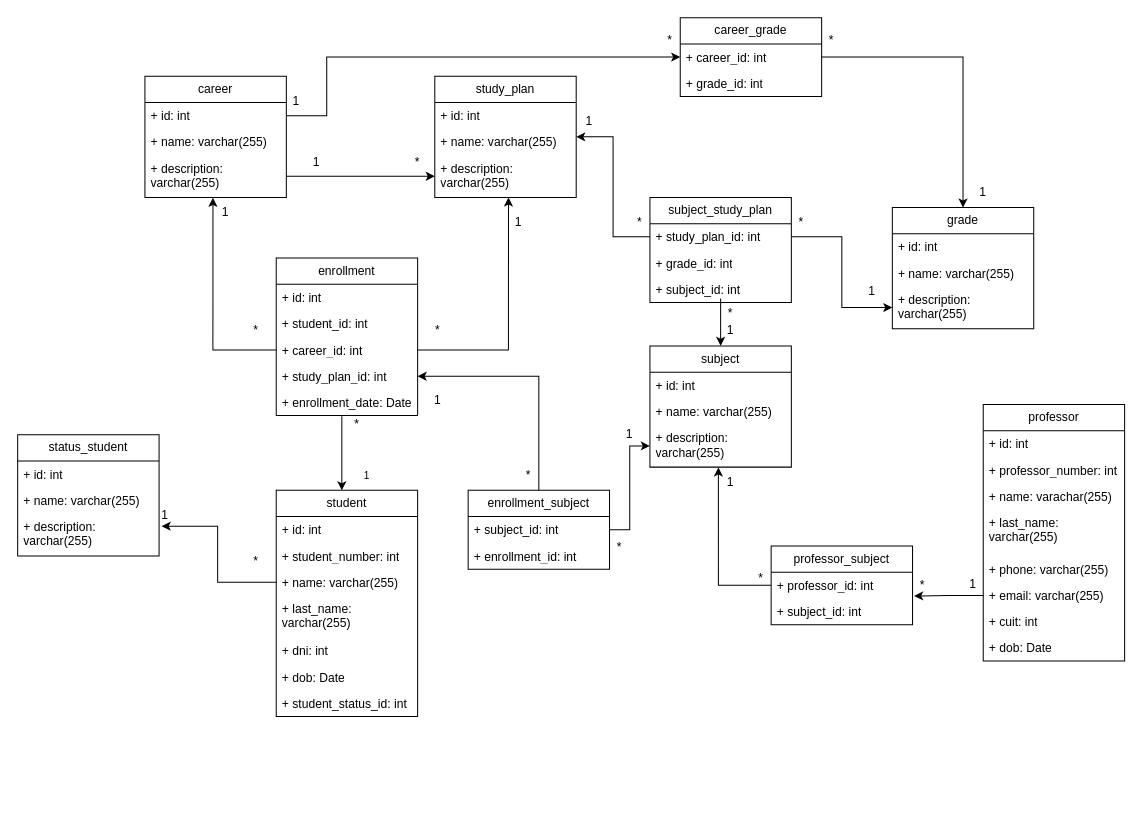
Above: diagrama_de_clases.drawio in Leaeraso/prueba_tecnica_aden (draw.io), before the change. Source tidied: cells renumbered, new cells numbered last; positions are measured from the earlier drawing's top-left corner, leaving out a move shared by most shapes. Both pictures are drawn from the tidied source at 101%, with x=0, y=0 at pixel (17, 17).
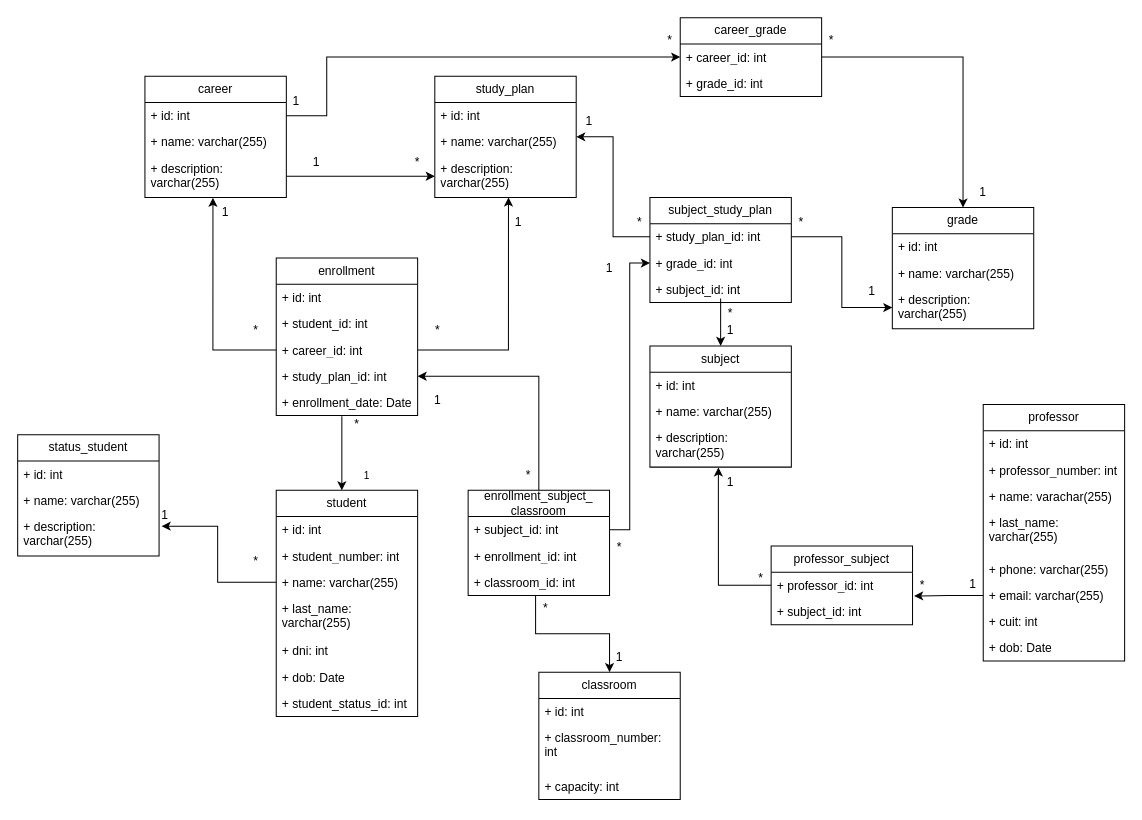
Above is the later version.

The change refers to these unchanged cells:
```xml
<mxCell id="13" value="+ description: varchar(255)" style="text;strokeColor=none;fillColor=none;align=left;verticalAlign=top;spacingLeft=4;spacingRight=4;overflow=hidden;points=[[0,0.5],[1,0.5]];portConstraint=eastwest;whiteSpace=wrap;html=1;" parent="10" vertex="1">
  <mxGeometry y="78" width="140" height="42" as="geometry" />
</mxCell>
<mxCell id="16" value="+ grade_id: int" style="text;strokeColor=none;fillColor=none;align=left;verticalAlign=top;spacingLeft=4;spacingRight=4;overflow=hidden;points=[[0,0.5],[1,0.5]];portConstraint=eastwest;whiteSpace=wrap;html=1;" parent="14" vertex="1">
  <mxGeometry y="52" width="140" height="26" as="geometry" />
</mxCell>
<mxCell id="39" value="+ subject_id: int" style="text;strokeColor=none;fillColor=none;align=left;verticalAlign=top;spacingLeft=4;spacingRight=4;overflow=hidden;points=[[0,0.5],[1,0.5]];portConstraint=eastwest;whiteSpace=wrap;html=1;" parent="38" vertex="1">
  <mxGeometry y="26" width="140" height="26" as="geometry" />
</mxCell>
```

Change to the diagram source:
```diff
@@
-    <mxCell id="38" value="enrollment_subject" style="swimlane;fontStyle=0;horizontal=1;startSize=26;fillColor=none;whiteSpace=wrap;html=1;" parent="1" vertex="1">
-      <mxGeometry x="446" y="468" width="140" height="78" as="geometry" />
+    <mxCell id="38" value="enrollment_subject_&lt;div&gt;classroom&lt;/div&gt;" style="swimlane;fontStyle=0;horizontal=1;startSize=26;fillColor=none;whiteSpace=wrap;html=1;" parent="1" vertex="1">
+      <mxGeometry x="446" y="468" width="140" height="104" as="geometry" />
     </mxCell>
@@
+    <mxCell id="100" value="+ classroom_id: int" style="text;strokeColor=none;fillColor=none;align=left;verticalAlign=top;spacingLeft=4;spacingRight=4;overflow=hidden;points=[[0,0.5],[1,0.5]];portConstraint=eastwest;whiteSpace=wrap;html=1;" parent="38" vertex="1">
+      <mxGeometry y="78" width="140" height="26" as="geometry" />
+    </mxCell>
-    <mxCell id="41" style="edgeStyle=orthogonalEdgeStyle;rounded=0;jettySize=auto;html=1;exitX=1;exitY=0.5;exitDx=0;exitDy=0;entryX=0;entryY=0.5;entryDx=0;entryDy=0;" parent="1" edge="1" source="39" target="13">
+    <mxCell id="41" style="edgeStyle=orthogonalEdgeStyle;rounded=0;jettySize=auto;html=1;exitX=1;exitY=0.5;exitDx=0;exitDy=0;entryX=0;entryY=0.5;entryDx=0;entryDy=0;" parent="1" edge="1" source="39" target="16">
       <mxGeometry relative="1" as="geometry" />
     </mxCell>
@@
     <mxCell id="65" value="1" style="text;html=1;whiteSpace=wrap;strokeColor=none;fillColor=none;align=center;verticalAlign=middle;rounded=0;" parent="1" vertex="1">
-      <mxGeometry x="576" y="398" width="60" height="30" as="geometry" />
+      <mxGeometry x="556" y="233" width="60" height="30" as="geometry" />
     </mxCell>
@@
+    <mxCell id="101" value="classroom" style="swimlane;fontStyle=0;horizontal=1;startSize=26;fillColor=none;whiteSpace=wrap;html=1;" parent="1" vertex="1">
+      <mxGeometry x="516" y="648" width="140" height="126" as="geometry" />
+    </mxCell>
+    <mxCell id="102" value="+ id: int" style="text;strokeColor=none;fillColor=none;align=left;verticalAlign=top;spacingLeft=4;spacingRight=4;overflow=hidden;whiteSpace=wrap;html=1;" parent="101" vertex="1">
+      <mxGeometry y="26" width="140" height="26" as="geometry" />
+    </mxCell>
+    <mxCell id="103" value="+ classroom_number: int" style="text;strokeColor=none;fillColor=none;align=left;verticalAlign=top;spacingLeft=4;spacingRight=4;overflow=hidden;whiteSpace=wrap;html=1;" parent="101" vertex="1">
+      <mxGeometry y="52" width="140" height="48" as="geometry" />
+    </mxCell>
+    <mxCell id="104" value="+ capacity: int" style="text;strokeColor=none;fillColor=none;align=left;verticalAlign=top;spacingLeft=4;spacingRight=4;overflow=hidden;whiteSpace=wrap;html=1;" parent="101" vertex="1">
+      <mxGeometry y="100" width="140" height="26" as="geometry" />
+    </mxCell>
+    <mxCell id="105" style="edgeStyle=orthogonalEdgeStyle;rounded=0;jettySize=auto;html=1;entryX=0.5;entryY=0;entryDx=0;entryDy=0;exitX=0.477;exitY=0.992;exitDx=0;exitDy=0;exitPerimeter=0;" parent="1" edge="1" source="100" target="101">
+      <mxGeometry relative="1" as="geometry" />
+    </mxCell>
+    <mxCell id="106" value="*" style="text;html=1;whiteSpace=wrap;strokeColor=none;fillColor=none;align=center;verticalAlign=middle;rounded=0;" parent="1" vertex="1">
+      <mxGeometry x="493" y="570" width="60" height="30" as="geometry" />
+    </mxCell>
+    <mxCell id="107" value="1" style="text;html=1;whiteSpace=wrap;strokeColor=none;fillColor=none;align=center;verticalAlign=middle;rounded=0;" parent="1" vertex="1">
+      <mxGeometry x="566" y="618" width="60" height="30" as="geometry" />
+    </mxCell>
```
